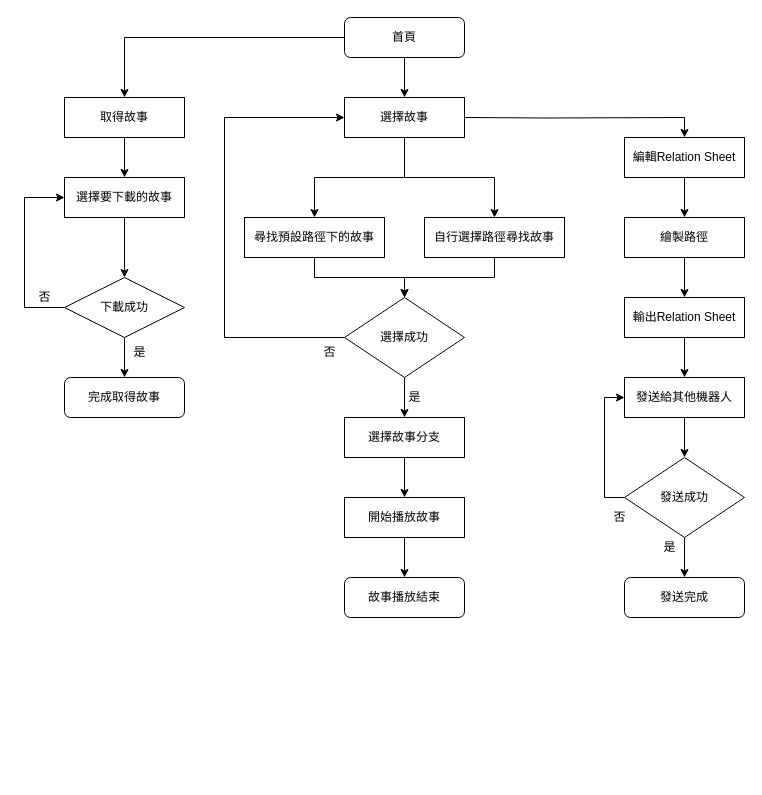
The draw.io diagram page "Page-8" (8 of 8) of Untitled Diagram.drawio in chewwwyong/dosomethingexcel, before the edit. Source tidied: cells renumbered, new cells numbered last; positions are measured from the earlier drawing's top-left corner, leaving out a move shared by most shapes. Both pictures are drawn from the tidied source at 100%, with x=0, y=0 at pixel (24, 17).
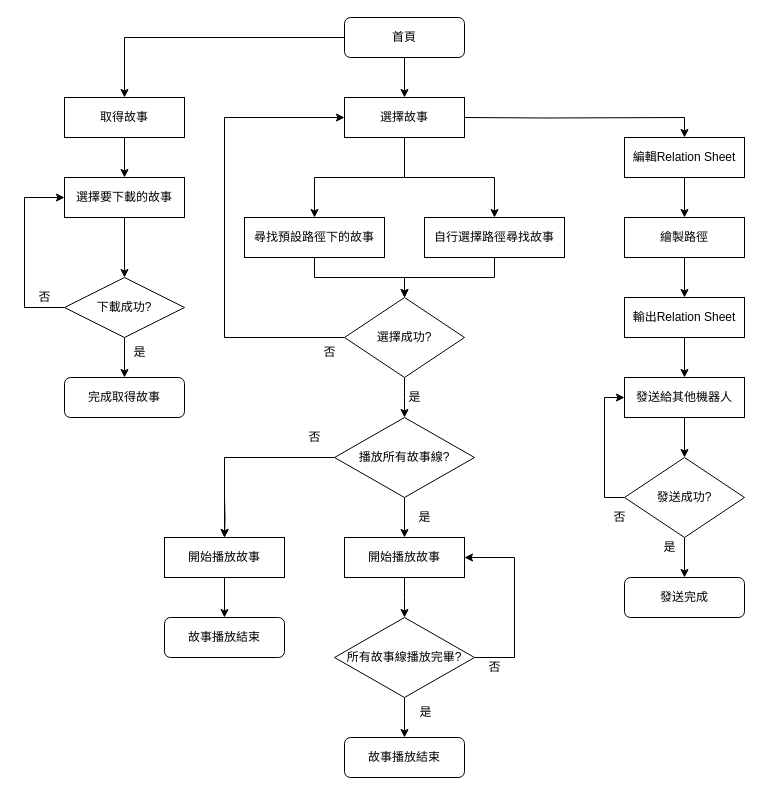
Above is the later version.

Change to the diagram source:
```diff
@@
-    <mxCell id="13" style="edgeStyle=orthogonalEdgeStyle;rounded=0;jettySize=auto;html=1;entryX=0.5;entryY=0;entryDx=0;entryDy=0;" parent="1" edge="1" source="15" target="19">
-      <mxGeometry relative="1" as="geometry" />
+    <mxCell id="13" style="edgeStyle=orthogonalEdgeStyle;rounded=0;jettySize=auto;html=1;entryX=0.5;entryY=0;entryDx=0;entryDy=0;" parent="1" edge="1" source="15">
+      <mxGeometry relative="1" as="geometry">
+        <mxPoint x="380" y="400" as="targetPoint" />
+      </mxGeometry>
     </mxCell>
@@
-    <mxCell id="15" value="選擇成功" style="rhombus;whiteSpace=wrap;html=1;" parent="1" vertex="1">
+    <mxCell id="15" value="選擇成功?" style="rhombus;whiteSpace=wrap;html=1;" parent="1" vertex="1">
       <mxGeometry x="320" y="280" width="120" height="80" as="geometry" />
     </mxCell>
@@
-    <mxCell id="18" style="edgeStyle=orthogonalEdgeStyle;rounded=0;jettySize=auto;html=1;entryX=0.5;entryY=0;entryDx=0;entryDy=0;" parent="1" edge="1" source="19" target="31">
-      <mxGeometry relative="1" as="geometry" />
-    </mxCell>
-    <mxCell id="19" value="選擇故事分支" style="rounded=0;whiteSpace=wrap;html=1;" parent="1" vertex="1">
-      <mxGeometry x="320" y="400" width="120" height="40" as="geometry" />
-    </mxCell>
@@
-    <mxCell id="26" value="下載成功" style="rhombus;whiteSpace=wrap;html=1;rounded=0;" parent="1" vertex="1">
+    <mxCell id="26" value="下載成功?" style="rhombus;whiteSpace=wrap;html=1;rounded=0;" parent="1" vertex="1">
       <mxGeometry x="40" y="260" width="120" height="60" as="geometry" />
     </mxCell>
@@
-    <mxCell id="30" style="edgeStyle=orthogonalEdgeStyle;rounded=0;jettySize=auto;html=1;entryX=0.5;entryY=0;entryDx=0;entryDy=0;" parent="1" edge="1" source="31" target="32">
-      <mxGeometry relative="1" as="geometry" />
-    </mxCell>
-    <mxCell id="31" value="開始播放故事" style="rounded=0;whiteSpace=wrap;html=1;" parent="1" vertex="1">
-      <mxGeometry x="320" y="480" width="120" height="40" as="geometry" />
-    </mxCell>
-    <mxCell id="32" value="&lt;span&gt;故事播放結束&lt;/span&gt;" style="rounded=1;whiteSpace=wrap;html=1;" parent="1" vertex="1">
-      <mxGeometry x="320" y="560" width="120" height="40" as="geometry" />
-    </mxCell>
@@
-    <mxCell id="43" value="發送成功" style="rhombus;whiteSpace=wrap;html=1;rounded=0;" parent="1" vertex="1">
+    <mxCell id="43" value="發送成功?" style="rhombus;whiteSpace=wrap;html=1;rounded=0;" parent="1" vertex="1">
       <mxGeometry x="600" y="440" width="120" height="80" as="geometry" />
     </mxCell>
@@
+    <mxCell id="47" style="edgeStyle=orthogonalEdgeStyle;rounded=0;jettySize=auto;html=1;entryX=0.5;entryY=0;entryDx=0;entryDy=0;" parent="1" edge="1" target="49">
+      <mxGeometry relative="1" as="geometry">
+        <mxPoint x="200" y="480" as="sourcePoint" />
+      </mxGeometry>
+    </mxCell>
+    <mxCell id="48" style="edgeStyle=orthogonalEdgeStyle;rounded=0;jettySize=auto;html=1;entryX=0.5;entryY=0;entryDx=0;entryDy=0;" parent="1" edge="1" source="49" target="50">
+      <mxGeometry relative="1" as="geometry" />
+    </mxCell>
+    <mxCell id="49" value="開始播放故事" style="rounded=0;whiteSpace=wrap;html=1;" parent="1" vertex="1">
+      <mxGeometry x="140" y="520" width="120" height="40" as="geometry" />
+    </mxCell>
+    <mxCell id="50" value="&lt;span&gt;故事播放結束&lt;/span&gt;" style="rounded=1;whiteSpace=wrap;html=1;" parent="1" vertex="1">
+      <mxGeometry x="140" y="600" width="120" height="40" as="geometry" />
+    </mxCell>
+    <mxCell id="51" style="edgeStyle=orthogonalEdgeStyle;rounded=0;jettySize=auto;html=1;entryX=0.5;entryY=0;entryDx=0;entryDy=0;" parent="1" edge="1" source="53" target="49">
+      <mxGeometry relative="1" as="geometry" />
+    </mxCell>
+    <mxCell id="52" style="edgeStyle=orthogonalEdgeStyle;rounded=0;jettySize=auto;html=1;entryX=0.5;entryY=0;entryDx=0;entryDy=0;" parent="1" edge="1" source="53" target="55">
+      <mxGeometry relative="1" as="geometry" />
+    </mxCell>
+    <mxCell id="53" value="播放所有故事線?" style="rhombus;whiteSpace=wrap;html=1;" parent="1" vertex="1">
+      <mxGeometry x="310" y="400" width="140" height="80" as="geometry" />
+    </mxCell>
+    <mxCell id="54" style="edgeStyle=orthogonalEdgeStyle;rounded=0;jettySize=auto;html=1;entryX=0.5;entryY=0;entryDx=0;entryDy=0;" parent="1" edge="1" source="55">
+      <mxGeometry relative="1" as="geometry">
+        <mxPoint x="380" y="600" as="targetPoint" />
+      </mxGeometry>
+    </mxCell>
+    <mxCell id="55" value="開始播放故事" style="rounded=0;whiteSpace=wrap;html=1;" parent="1" vertex="1">
+      <mxGeometry x="320" y="520" width="120" height="40" as="geometry" />
+    </mxCell>
+    <mxCell id="56" style="edgeStyle=orthogonalEdgeStyle;rounded=0;jettySize=auto;html=1;entryX=1;entryY=0.5;entryDx=0;entryDy=0;" parent="1" edge="1" source="58" target="55">
+      <mxGeometry relative="1" as="geometry">
+        <Array as="points">
+          <mxPoint x="490" y="640" />
+          <mxPoint x="490" y="540" />
+        </Array>
+      </mxGeometry>
+    </mxCell>
+    <mxCell id="57" style="edgeStyle=orthogonalEdgeStyle;rounded=0;jettySize=auto;html=1;entryX=0.5;entryY=0;entryDx=0;entryDy=0;" parent="1" edge="1" source="58" target="60">
+      <mxGeometry relative="1" as="geometry" />
+    </mxCell>
+    <mxCell id="58" value="所有故事線播放完畢?" style="rhombus;whiteSpace=wrap;html=1;" parent="1" vertex="1">
+      <mxGeometry x="310" y="600" width="140" height="80" as="geometry" />
+    </mxCell>
+    <mxCell id="59" value="否" style="text;html=1;align=center;verticalAlign=middle;strokeColor=none;fillColor=none;" parent="1" vertex="1">
+      <mxGeometry x="455" y="640" width="30" height="20" as="geometry" />
+    </mxCell>
+    <mxCell id="60" value="&lt;span&gt;故事播放結束&lt;/span&gt;" style="rounded=1;whiteSpace=wrap;html=1;" parent="1" vertex="1">
+      <mxGeometry x="320" y="720" width="120" height="40" as="geometry" />
+    </mxCell>
+    <mxCell id="61" value="是" style="text;html=1;align=center;verticalAlign=middle;strokeColor=none;fillColor=none;" parent="1" vertex="1">
+      <mxGeometry x="386" y="685" width="30" height="20" as="geometry" />
+    </mxCell>
+    <mxCell id="62" value="是" style="text;html=1;align=center;verticalAlign=middle;strokeColor=none;fillColor=none;" parent="1" vertex="1">
+      <mxGeometry x="385" y="490" width="30" height="20" as="geometry" />
+    </mxCell>
+    <mxCell id="63" value="否" style="text;html=1;align=center;verticalAlign=middle;strokeColor=none;fillColor=none;" parent="1" vertex="1">
+      <mxGeometry x="275" y="410" width="30" height="20" as="geometry" />
+    </mxCell>
```
